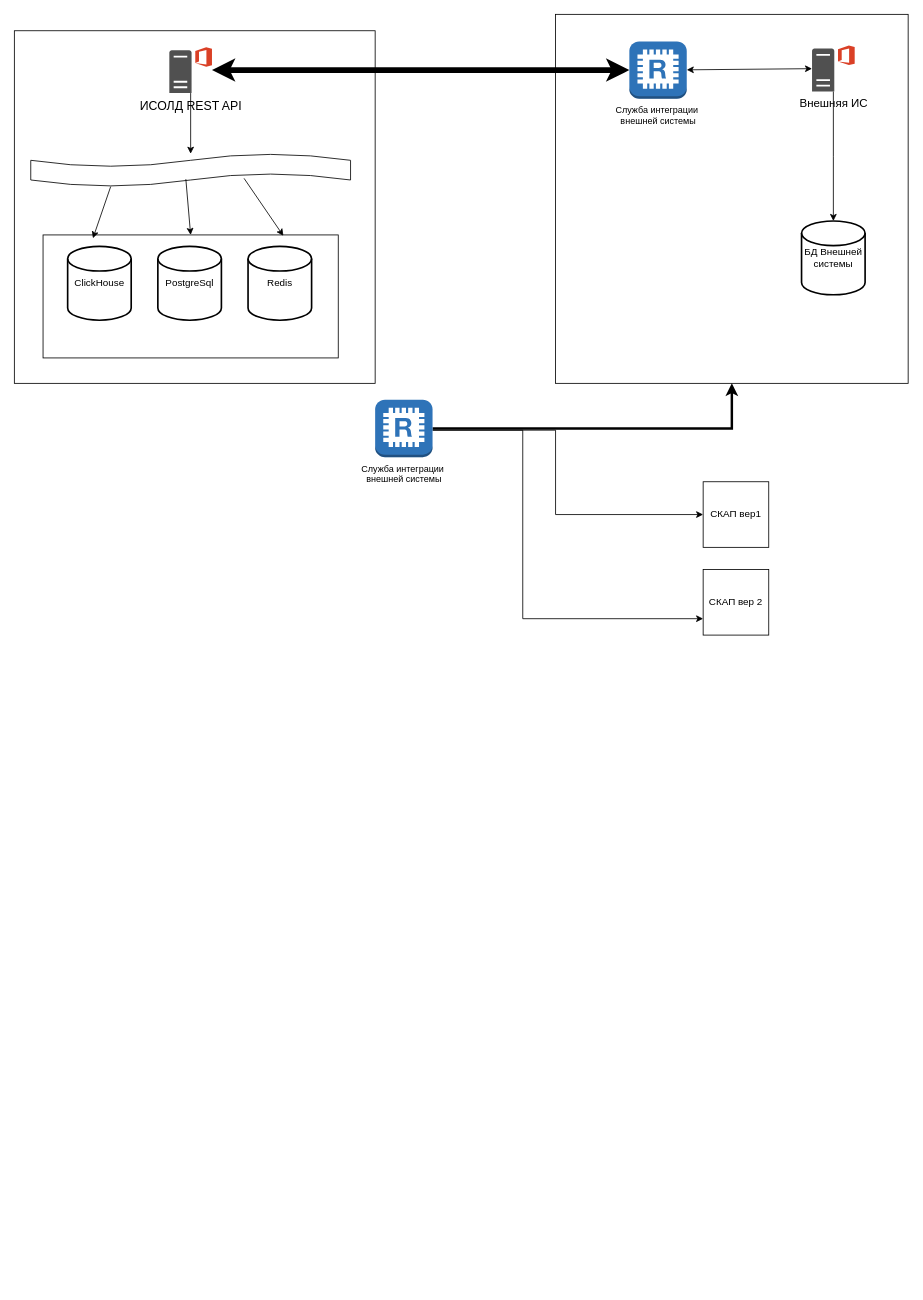
The draw.io diagram page "Вариант синхронизации" (16 of 16) of Pilot Схема потоков данных.drawio in aaf1974/ProjectDiagram, before the edit. Source tidied: cells renumbered, new cells numbered last; positions are measured from the earlier drawing's top-left corner, leaving out a move shared by most shapes. Both pictures are drawn from the tidied source at 82%, with x=0, y=0 at pixel (14, 14).
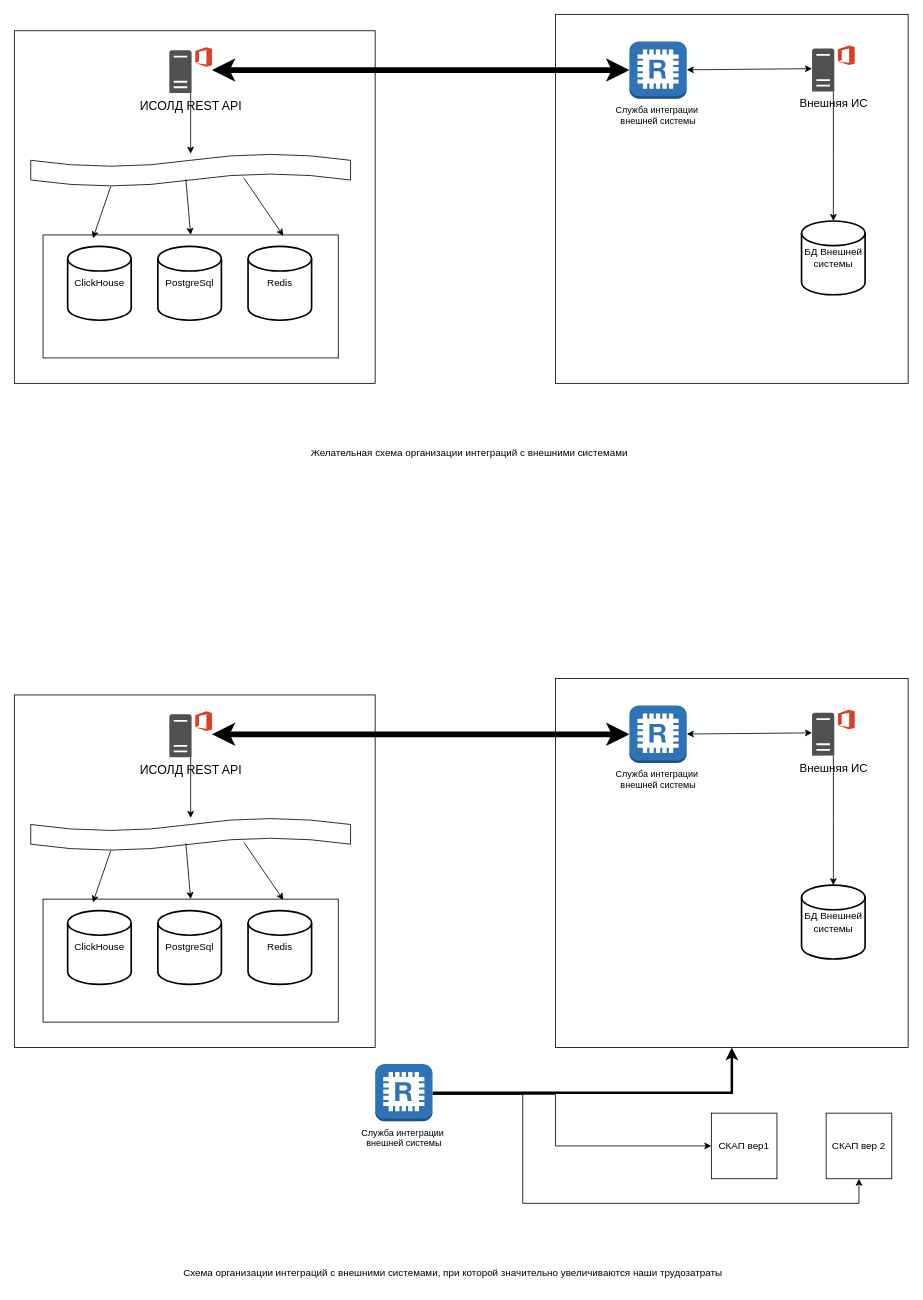
Above is the later version.

The change refers to these unchanged cells:
```xml
<mxCell id="2" style="rounded=0;whiteSpace=wrap;html=1;" parent="1" vertex="1">
  <mxGeometry x="660" width="430" height="450" as="geometry" />
</mxCell>
```

Diff of the diagram source:
```diff
@@
-    <mxCell id="21" style="edgeStyle=orthogonalEdgeStyle;rounded=0;jettySize=auto;html=1;entryX=0.5;entryY=1;entryDx=0;entryDy=0;strokeWidth=3;" parent="1" edge="1" source="24" target="2">
-      <mxGeometry relative="1" as="geometry" />
-    </mxCell>
-    <mxCell id="22" style="edgeStyle=orthogonalEdgeStyle;rounded=0;jettySize=auto;html=1;exitX=1;exitY=0.53;exitDx=0;exitDy=0;exitPerimeter=0;entryX=0;entryY=0.5;entryDx=0;entryDy=0;" parent="1" edge="1" source="24" target="25">
-      <mxGeometry relative="1" as="geometry">
-        <Array as="points">
-          <mxPoint x="660" y="507" />
-          <mxPoint x="660" y="610" />
-        </Array>
-      </mxGeometry>
-    </mxCell>
-    <mxCell id="23" style="edgeStyle=orthogonalEdgeStyle;rounded=0;jettySize=auto;html=1;exitX=1;exitY=0.53;exitDx=0;exitDy=0;exitPerimeter=0;entryX=0;entryY=0.75;entryDx=0;entryDy=0;" parent="1" edge="1" source="24" target="26">
-      <mxGeometry relative="1" as="geometry">
-        <Array as="points">
-          <mxPoint x="620" y="507" />
-          <mxPoint x="620" y="737" />
-        </Array>
-      </mxGeometry>
-    </mxCell>
-    <mxCell id="24" value="&lt;font style=&quot;font-size: 11px;&quot;&gt;Служба интеграции&amp;nbsp;&lt;/font&gt;&lt;div style=&quot;font-size: 11px;&quot;&gt;&lt;font style=&quot;font-size: 11px;&quot;&gt;внешней системы&lt;/font&gt;&lt;/div&gt;" style="outlineConnect=0;dashed=0;verticalLabelPosition=bottom;verticalAlign=top;align=center;html=1;shape=mxgraph.aws3.redis;fillColor=#2E73B8;gradientColor=none;" parent="1" vertex="1">
-      <mxGeometry x="440" y="470" width="70" height="70" as="geometry" />
-    </mxCell>
+    <mxCell id="27" style="rounded=0;whiteSpace=wrap;html=1;" parent="1" vertex="1">
+      <mxGeometry x="660" y="810" width="430" height="450" as="geometry" />
+    </mxCell>
+    <mxCell id="28" style="rounded=0;whiteSpace=wrap;html=1;" parent="1" vertex="1">
+      <mxGeometry y="830" width="440" height="430" as="geometry" />
+    </mxCell>
+    <mxCell id="29" value="&lt;font style=&quot;font-size: 15px;&quot;&gt;ИСОЛД REST API&lt;/font&gt;" style="sketch=0;shadow=0;dashed=0;html=1;strokeColor=none;fillColor=#505050;labelPosition=center;verticalLabelPosition=bottom;verticalAlign=top;outlineConnect=0;align=center;shape=mxgraph.office.servers.office_web_apps_server;" parent="1" vertex="1">
+      <mxGeometry x="189" y="850" width="52" height="56" as="geometry" />
+    </mxCell>
+    <mxCell id="30" style="shape=tape;whiteSpace=wrap;html=1;" parent="1" vertex="1">
+      <mxGeometry x="20" y="980" width="390" height="40" as="geometry" />
+    </mxCell>
+    <mxCell id="31" style="group;" parent="1" vertex="1">
+      <mxGeometry x="35" y="1079" width="360" height="150" as="geometry" />
+    </mxCell>
+    <mxCell id="32" style="rounded=0;whiteSpace=wrap;html=1;" parent="31" vertex="1">
+      <mxGeometry width="360" height="150" as="geometry" />
+    </mxCell>
+    <mxCell id="33" value="ClickHouse" style="strokeWidth=2;html=1;shape=mxgraph.flowchart.database;whiteSpace=wrap;" parent="31" vertex="1">
+      <mxGeometry x="30" y="14" width="77.5" height="90" as="geometry" />
+    </mxCell>
+    <mxCell id="34" value="PostgreSql" style="strokeWidth=2;html=1;shape=mxgraph.flowchart.database;whiteSpace=wrap;" parent="31" vertex="1">
+      <mxGeometry x="140" y="14" width="77.5" height="90" as="geometry" />
+    </mxCell>
+    <mxCell id="35" value="Redis" style="strokeWidth=2;html=1;shape=mxgraph.flowchart.database;whiteSpace=wrap;" parent="31" vertex="1">
+      <mxGeometry x="250" y="14" width="77.5" height="90" as="geometry" />
+    </mxCell>
+    <mxCell id="36" style="endArrow=classic;html=1;rounded=0;exitX=0.667;exitY=0.75;exitDx=0;exitDy=0;exitPerimeter=0;entryX=0.814;entryY=0.007;entryDx=0;entryDy=0;entryPerimeter=0;" parent="1" edge="1" source="30" target="32">
+      <mxGeometry relative="1" as="geometry" />
+    </mxCell>
+    <mxCell id="37" style="endArrow=classic;html=1;rounded=0;exitX=0.485;exitY=0.775;exitDx=0;exitDy=0;exitPerimeter=0;entryX=0.5;entryY=0;entryDx=0;entryDy=0;" parent="1" edge="1" source="30" target="32">
+      <mxGeometry relative="1" as="geometry" />
+    </mxCell>
+    <mxCell id="38" style="endArrow=classic;html=1;rounded=0;exitX=0.25;exitY=1;exitDx=0;exitDy=0;exitPerimeter=0;entryX=0.169;entryY=0.027;entryDx=0;entryDy=0;entryPerimeter=0;" parent="1" edge="1" source="30" target="32">
+      <mxGeometry relative="1" as="geometry" />
+    </mxCell>
+    <mxCell id="39" style="endArrow=classic;html=1;rounded=0;" parent="1" edge="1" source="29" target="30">
+      <mxGeometry relative="1" as="geometry" />
+    </mxCell>
+    <mxCell id="40" style="edgeStyle=orthogonalEdgeStyle;rounded=0;jettySize=auto;html=1;" parent="1" edge="1" source="41" target="42">
+      <mxGeometry relative="1" as="geometry" />
+    </mxCell>
+    <mxCell id="41" value="&lt;font style=&quot;font-size: 14px;&quot;&gt;Внешняя ИС&lt;/font&gt;" style="sketch=0;shadow=0;dashed=0;html=1;strokeColor=none;fillColor=#505050;labelPosition=center;verticalLabelPosition=bottom;verticalAlign=top;outlineConnect=0;align=center;shape=mxgraph.office.servers.office_web_apps_server;" parent="1" vertex="1">
+      <mxGeometry x="972.8" y="848" width="52" height="56" as="geometry" />
+    </mxCell>
+    <mxCell id="42" value="БД Внешней системы" style="strokeWidth=2;html=1;shape=mxgraph.flowchart.database;whiteSpace=wrap;" parent="1" vertex="1">
+      <mxGeometry x="960" y="1062" width="77.5" height="90" as="geometry" />
+    </mxCell>
+    <mxCell id="43" value="&lt;font style=&quot;font-size: 11px;&quot;&gt;Служба интеграции&amp;nbsp;&lt;/font&gt;&lt;div style=&quot;font-size: 11px;&quot;&gt;&lt;font style=&quot;font-size: 11px;&quot;&gt;внешней системы&lt;/font&gt;&lt;/div&gt;" style="outlineConnect=0;dashed=0;verticalLabelPosition=bottom;verticalAlign=top;align=center;html=1;shape=mxgraph.aws3.redis;fillColor=#2E73B8;gradientColor=none;" parent="1" vertex="1">
+      <mxGeometry x="750" y="843" width="70" height="70" as="geometry" />
+    </mxCell>
+    <mxCell id="44" style="endArrow=classic;startArrow=classic;html=1;rounded=0;entryX=0;entryY=0.5;entryDx=0;entryDy=0;entryPerimeter=0;strokeWidth=7;" parent="1" edge="1" source="29" target="43">
+      <mxGeometry relative="1" as="geometry" />
+    </mxCell>
+    <mxCell id="45" style="endArrow=classic;startArrow=classic;html=1;rounded=0;" parent="1" edge="1" source="43" target="41">
+      <mxGeometry relative="1" as="geometry" />
+    </mxCell>
+    <mxCell id="46" style="edgeStyle=orthogonalEdgeStyle;rounded=0;jettySize=auto;html=1;entryX=0.5;entryY=1;entryDx=0;entryDy=0;strokeWidth=3;" parent="1" edge="1" source="49" target="27">
+      <mxGeometry relative="1" as="geometry" />
+    </mxCell>
+    <mxCell id="47" style="edgeStyle=orthogonalEdgeStyle;rounded=0;jettySize=auto;html=1;exitX=1;exitY=0.53;exitDx=0;exitDy=0;exitPerimeter=0;entryX=0;entryY=0.5;entryDx=0;entryDy=0;" parent="1" edge="1" source="49" target="25">
+      <mxGeometry relative="1" as="geometry">
+        <Array as="points">
+          <mxPoint x="660" y="1317" />
+          <mxPoint x="660" y="1380" />
+        </Array>
+      </mxGeometry>
+    </mxCell>
+    <mxCell id="48" style="edgeStyle=orthogonalEdgeStyle;rounded=0;jettySize=auto;html=1;exitX=1;exitY=0.53;exitDx=0;exitDy=0;exitPerimeter=0;entryX=0.5;entryY=1;entryDx=0;entryDy=0;" parent="1" edge="1" source="49" target="26">
+      <mxGeometry relative="1" as="geometry">
+        <Array as="points">
+          <mxPoint x="620" y="1317" />
+          <mxPoint x="620" y="1450" />
+          <mxPoint x="1030" y="1450" />
+        </Array>
+      </mxGeometry>
+    </mxCell>
+    <mxCell id="49" value="&lt;font style=&quot;font-size: 11px;&quot;&gt;Служба интеграции&amp;nbsp;&lt;/font&gt;&lt;div style=&quot;font-size: 11px;&quot;&gt;&lt;font style=&quot;font-size: 11px;&quot;&gt;внешней системы&lt;/font&gt;&lt;/div&gt;" style="outlineConnect=0;dashed=0;verticalLabelPosition=bottom;verticalAlign=top;align=center;html=1;shape=mxgraph.aws3.redis;fillColor=#2E73B8;gradientColor=none;" parent="1" vertex="1">
+      <mxGeometry x="440" y="1280" width="70" height="70" as="geometry" />
+    </mxCell>
     <mxCell id="25" value="СКАП вер1" style="whiteSpace=wrap;html=1;" parent="1" vertex="1">
-      <mxGeometry x="840" y="570" width="80" height="80" as="geometry" />
+      <mxGeometry x="850" y="1340" width="80" height="80" as="geometry" />
     </mxCell>
     <mxCell id="26" value="СКАП вер 2" style="whiteSpace=wrap;html=1;" parent="1" vertex="1">
-      <mxGeometry x="840" y="677" width="80" height="80" as="geometry" />
+      <mxGeometry x="990" y="1340" width="80" height="80" as="geometry" />
     </mxCell>
+    <mxCell id="50" value="Желательная схема организации интеграций с внешними системами" style="text;html=1;align=center;verticalAlign=middle;whiteSpace=wrap;rounded=0;" parent="1" vertex="1">
+      <mxGeometry x="330" y="520" width="450" height="30" as="geometry" />
+    </mxCell>
+    <mxCell id="51" value="Схема организации интеграций с внешними системами, при которой значительно увеличиваются наши трудозатраты" style="text;html=1;align=center;verticalAlign=middle;whiteSpace=wrap;rounded=0;" parent="1" vertex="1">
+      <mxGeometry x="150" y="1520" width="770" height="30" as="geometry" />
+    </mxCell>
```
